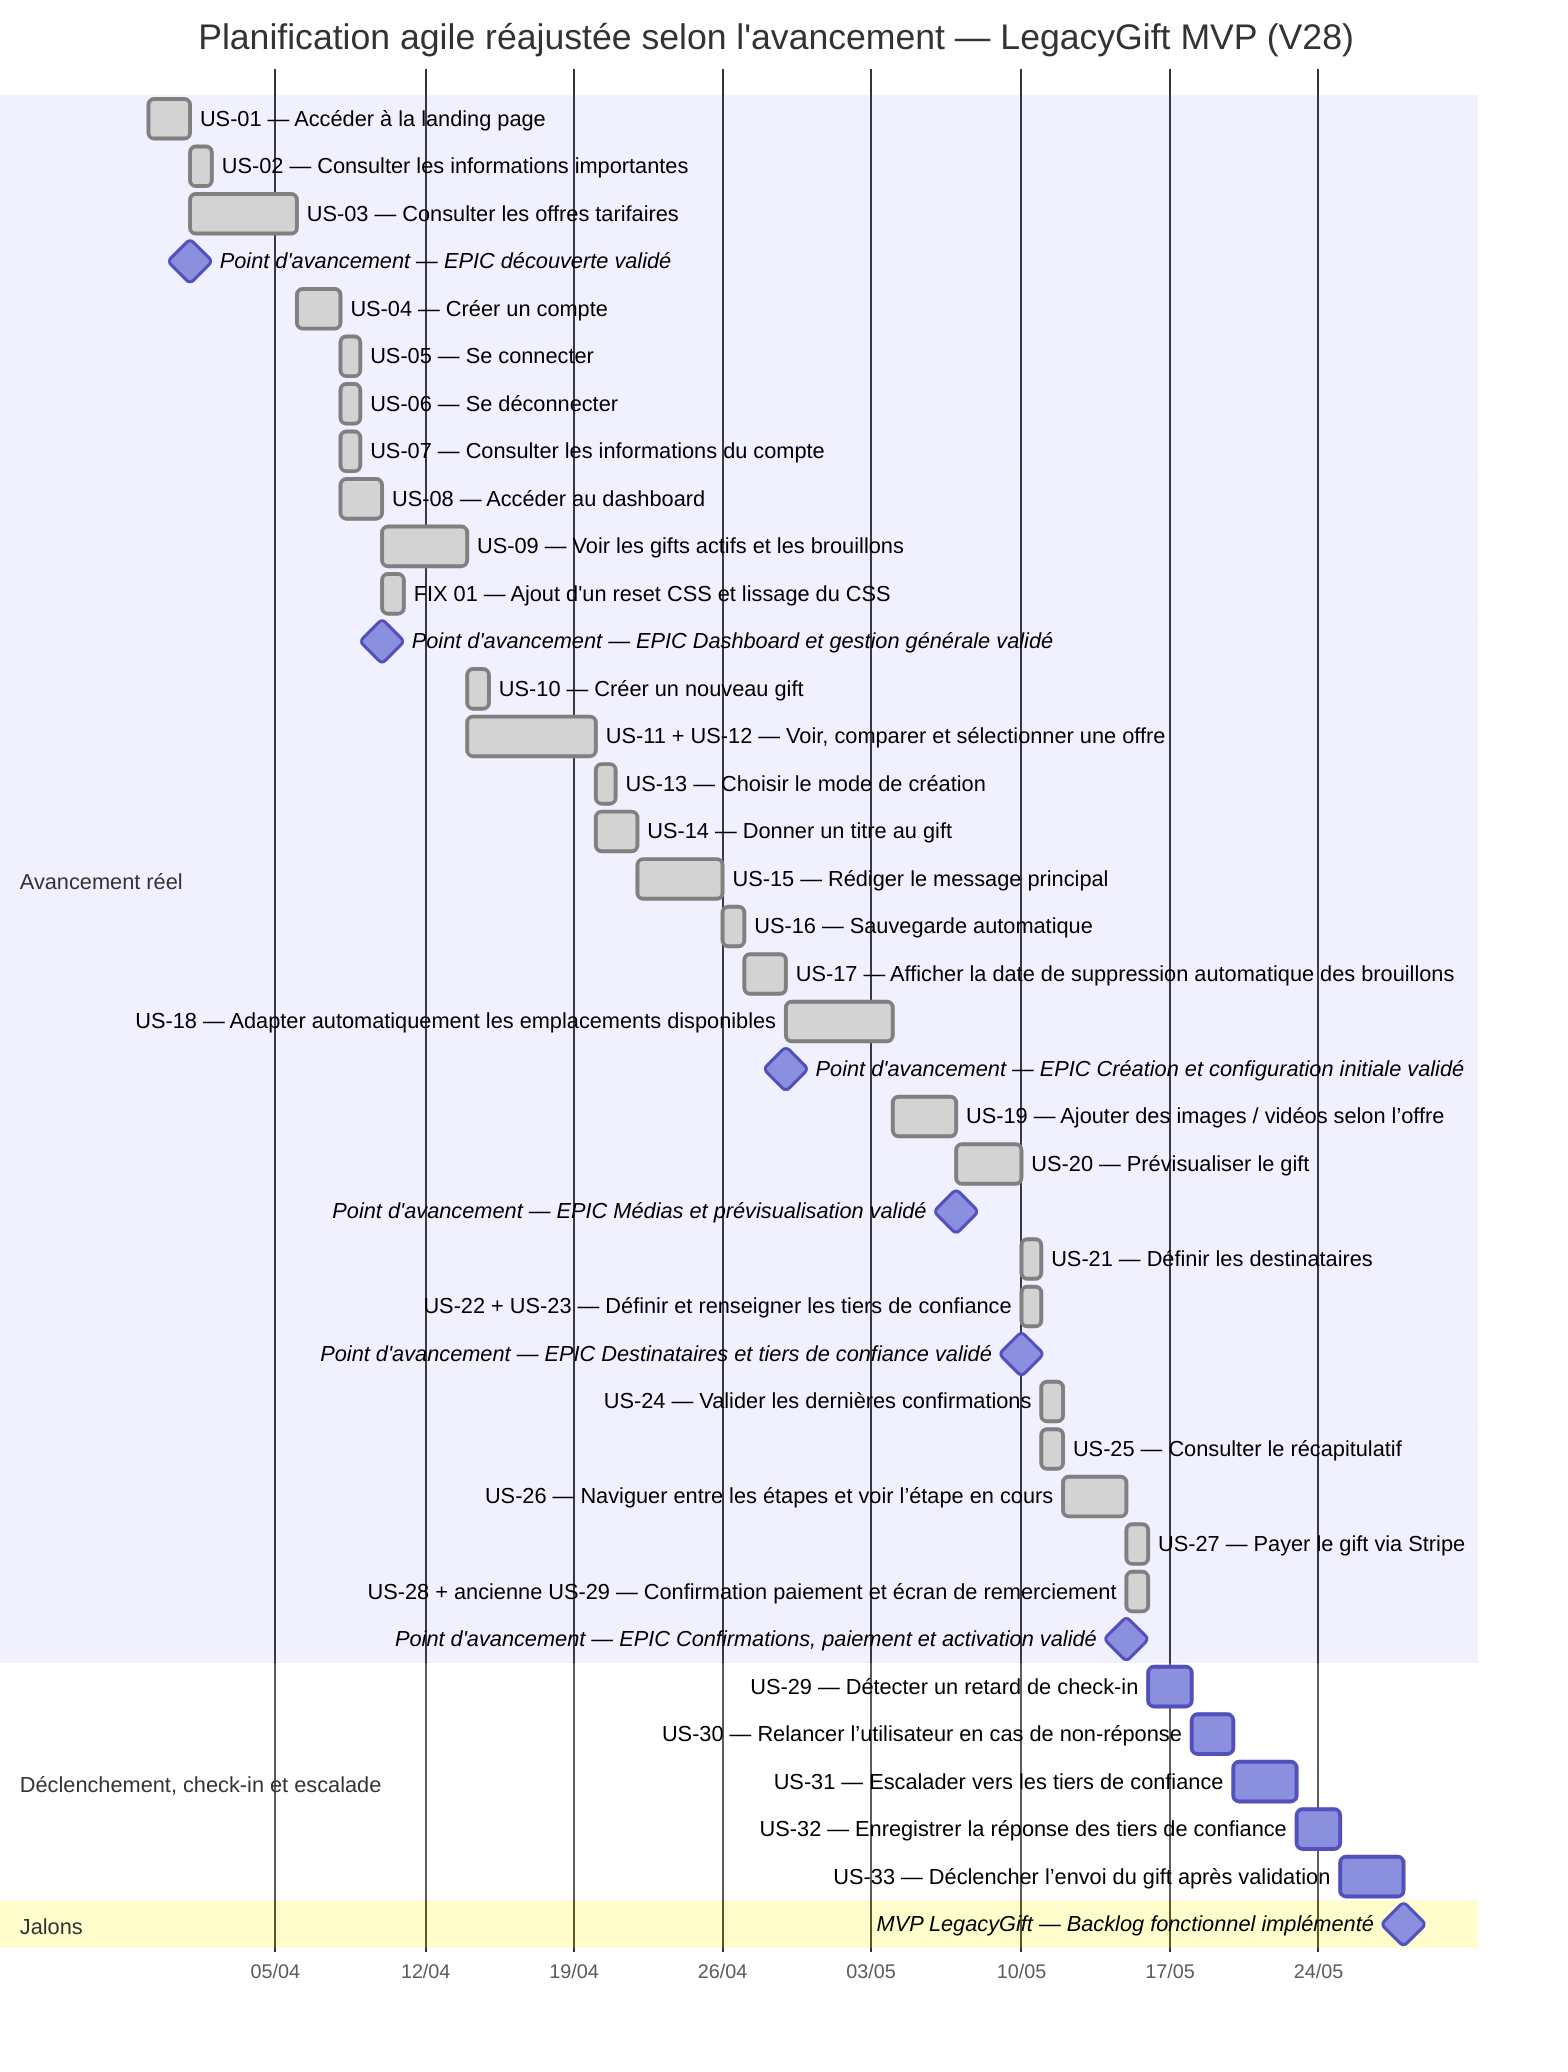
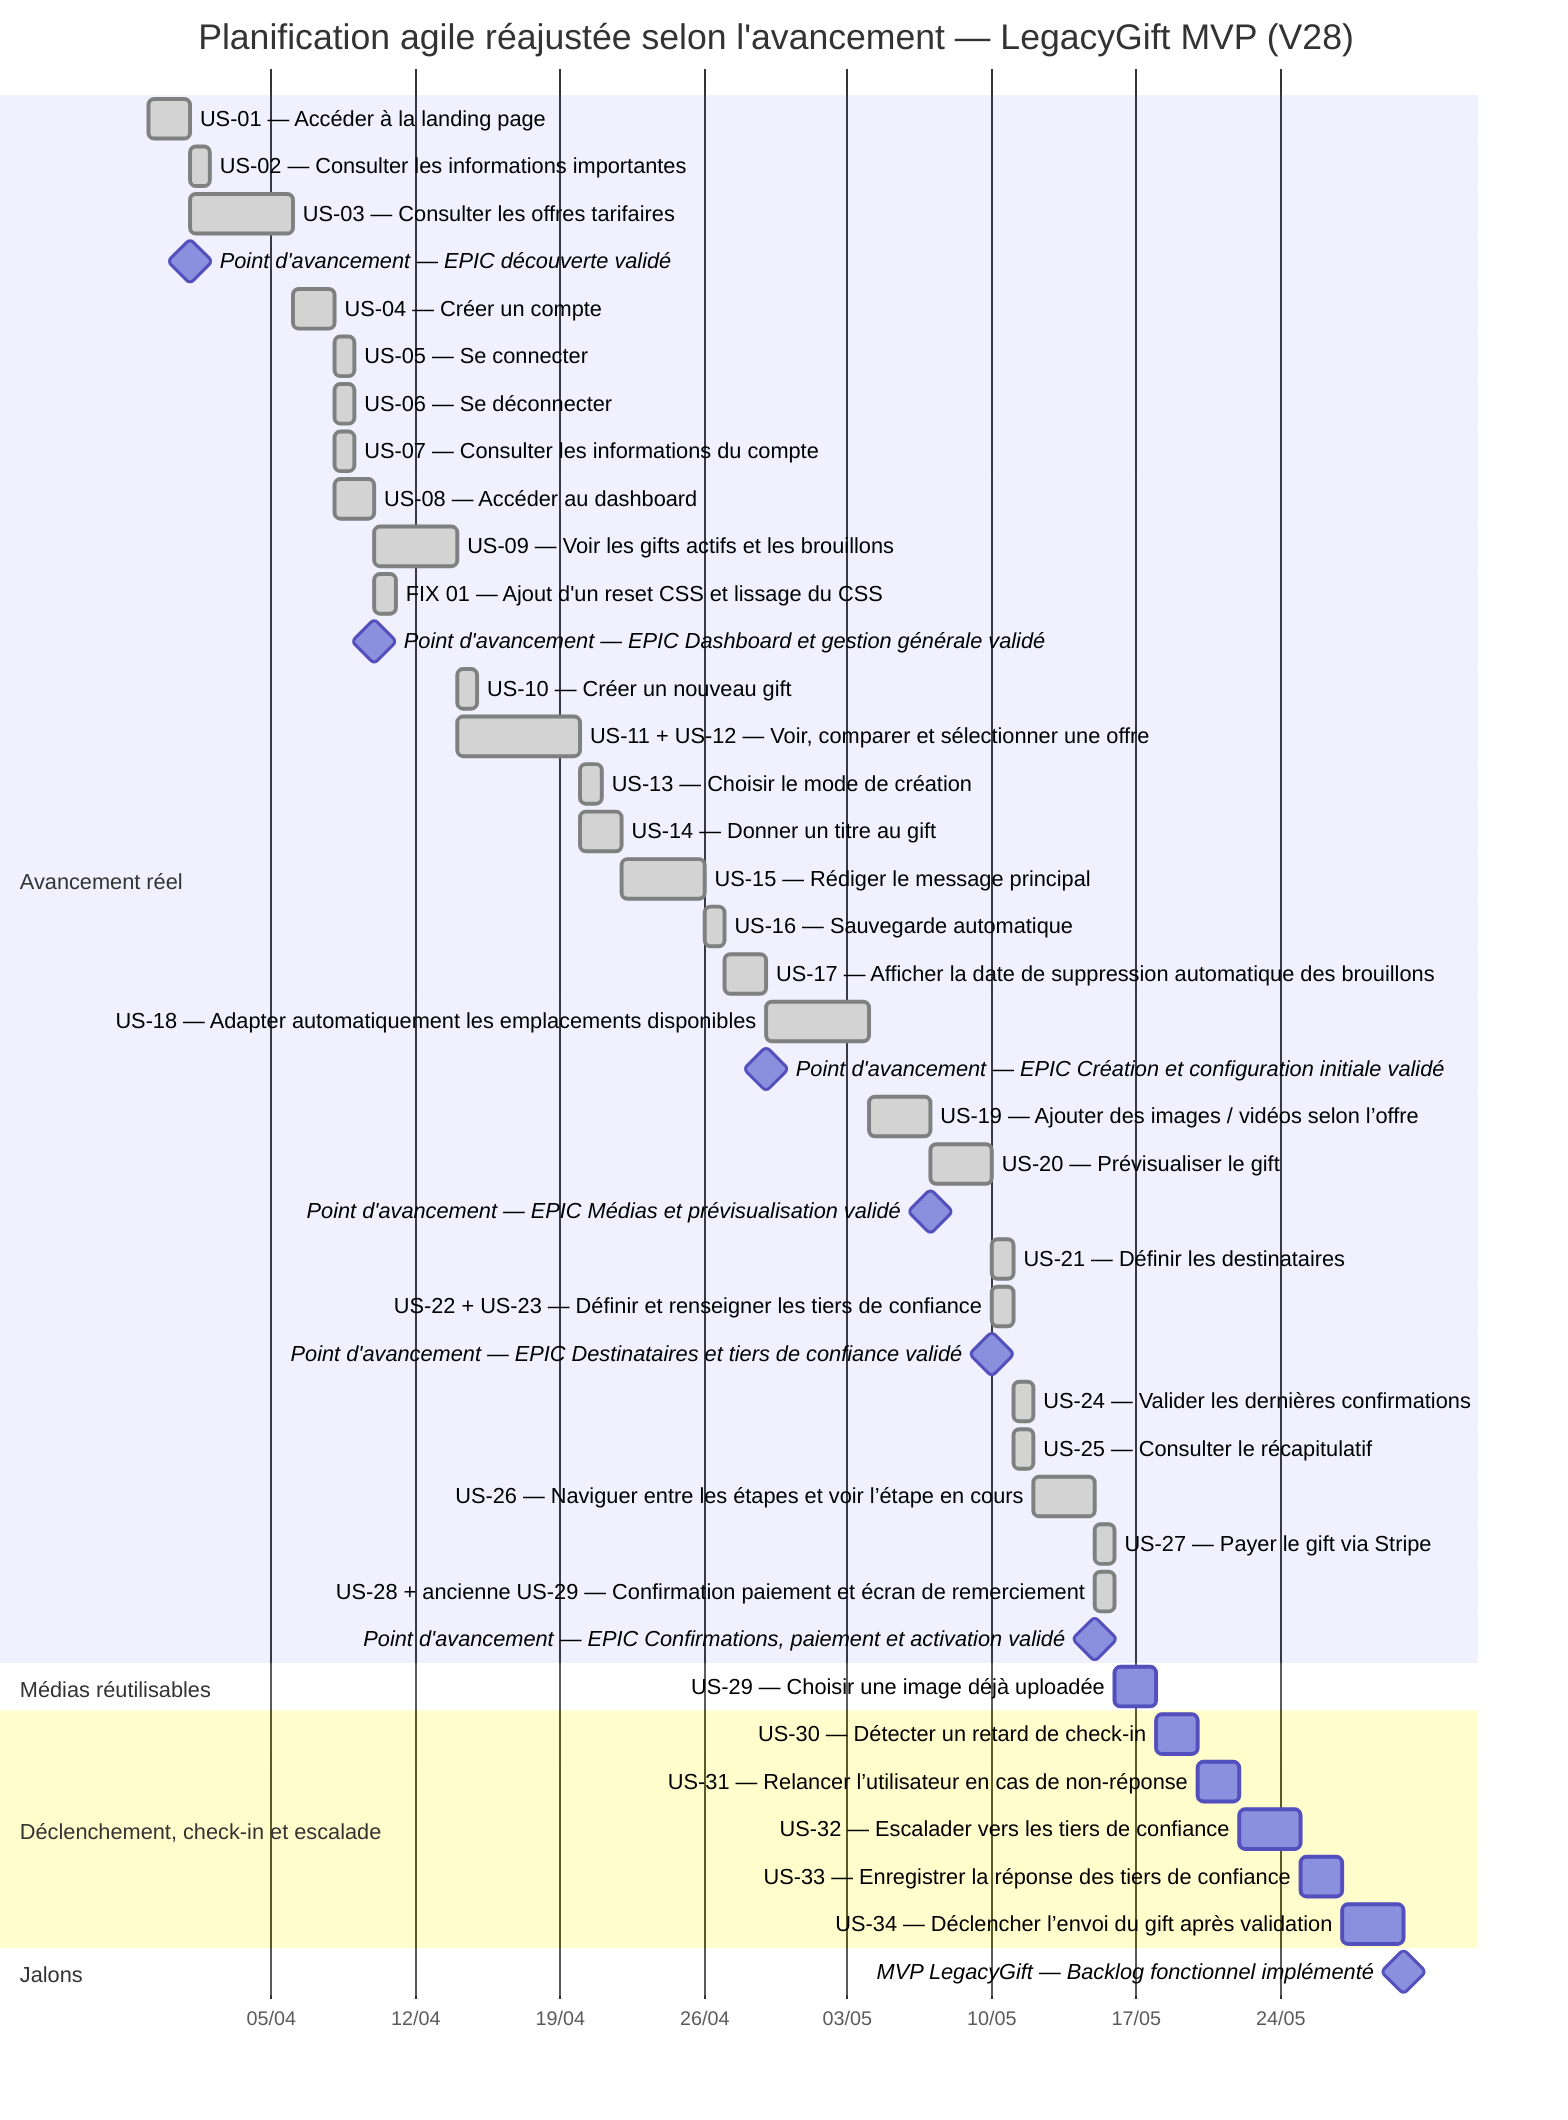
gantt
    title Planification agile réajustée selon l'avancement — LegacyGift MVP (V28)
    dateFormat  YYYY-MM-DD
    axisFormat  %d/%m
    todayMarker off

    %% Réalisé
    section Avancement réel
    US-01 — Accéder à la landing page                                  :done, us01, 2026-03-30, 2d
    US-02 — Consulter les informations importantes                     :done, us02, 2026-04-01, 1d
    US-03 — Consulter les offres tarifaires                            :done, us03, 2026-04-01, 5d
    Point d'avancement — EPIC découverte validé                        :milestone, m0, 2026-04-01, 0d
    US-04 — Créer un compte                                            :done, us04, 2026-04-06, 2d
    US-05 — Se connecter                                               :done, us05, 2026-04-08, 1d
    US-06 — Se déconnecter                                             :done, us06, 2026-04-08, 1d
    US-07 — Consulter les informations du compte                       :done, us07, 2026-04-08, 1d
    US-08 — Accéder au dashboard                                       :done, us08, 2026-04-08, 2d
    US-09 — Voir les gifts actifs et les brouillons                    :done, us09, 2026-04-10, 4d
    FIX 01 — Ajout d'un reset CSS et lissage du CSS                    :done, fix01, 2026-04-10, 1d
    Point d'avancement — EPIC Dashboard et gestion générale validé     :milestone, m1, 2026-04-10, 0d
    US-10 — Créer un nouveau gift                                      :done, us10, 2026-04-14, 1d
    US-11 + US-12 — Voir, comparer et sélectionner une offre           :done, us11_12, 2026-04-14, 6d
    US-13 — Choisir le mode de création                                :done, us13, 2026-04-20, 1d
    US-14 — Donner un titre au gift                                    :done, us14, 2026-04-20, 2d
    US-15 — Rédiger le message principal                               :done, us15, 2026-04-22, 4d
    US-16 — Sauvegarde automatique                                     :done, us16, 2026-04-26, 1d
    US-17 — Afficher la date de suppression automatique des brouillons :done, us17, 2026-04-27, 2d
    US-18 — Adapter automatiquement les emplacements disponibles       :done, us18, 2026-04-29, 5d
    Point d'avancement — EPIC Création et configuration initiale validé:milestone, m2, 2026-04-29, 0d
    US-19 — Ajouter des images / vidéos selon l’offre                  :done, us19, 2026-05-04, 3d
    US-20 — Prévisualiser le gift                                      :done, us20, 2026-05-07, 3d
    Point d'avancement — EPIC Médias et prévisualisation validé        :milestone, m3, 2026-05-07, 0d
    US-21 — Définir les destinataires                                  :done, us21, 2026-05-10, 1d
    US-22 + US-23 — Définir et renseigner les tiers de confiance       :done, us22_23, 2026-05-10, 1d
    Point d'avancement — EPIC Destinataires et tiers de confiance validé:milestone, m4, 2026-05-10, 0d
    US-24 — Valider les dernières confirmations                        :done, us24, 2026-05-11, 1d
    US-25 — Consulter le récapitulatif                                 :done, us25, 2026-05-11, 1d
    US-26 — Naviguer entre les étapes et voir l’étape en cours         :done, us26, 2026-05-12, 3d
-     US-27 — Payer le gift via Stripe                                  :done, us27, 2026-05-15, 1d
+     US-27 — Payer le gift via Stripe                                   :done, us27, 2026-05-15, 1d
    US-28 + ancienne US-29 — Confirmation paiement et écran de remerciement:done, us28_29, 2026-05-15, 1d
    Point d'avancement — EPIC Confirmations, paiement et activation validé:milestone, m5, 2026-05-15, 0d

    %% Prévisionnel indicatif :
    %% Le planning est ajusté selon le temps disponible à consacrer au projet.
    %% Le projet est réalisé seul, donc certaines US couvrent aussi les périodes
    %% où aucun développement n'a été fait.
    %% Les durées restent des repères de suivi, pas des engagements calendaires fixes.
    %%
    %% Estimation de charge utilisée :
    %% SP 1 = petite tâche
    %% SP 2 = tâche courte
    %% SP 3 = tâche moyenne
    %% SP 5 = tâche plus lourde
    %%
    %% Note de suivi :
    %% US-12 est fusionnée dans US-11 car les possibilités incluses
    %% sont affichées et sélectionnées sur le même écran que les offres.
    %% Les anciennes US-18 et US-19 sont fusionnées : la navigation entre étapes
    %% inclut l'affichage de l'étape en cours et de la progression.
    %% US-22 et US-23 sont fusionnées : la page tiers de confiance permet déjà
    %% d'ajouter les tiers, de renseigner leurs informations obligatoires
    %% et de les enregistrer dans le gift.
    %% L'ancienne US-27 "Choisir un mode de paiement" est supprimée :
    %% Stripe est le seul moyen de paiement prévu en version développement,
    %% donc il n'y a pas de choix utilisateur à modéliser.
    %% US-27 est validée avec Stripe Checkout en mode test/sandbox.
    %% La date de paiement est enregistrée dans le gift via paidAt.
    %% US-28 et l'ancienne US-29 sont fusionnées : la preuve de transaction,
    %% le téléchargement PDF et l'écran de remerciement sont traités ensemble
    %% après validation du paiement Stripe.
    %% L'EPIC Confirmations, paiement et activation est terminé avec cette fusion.
    %% Les US d'édition après activation sont supprimées du périmètre CDA :
    %% - modification gratuite pendant 30 jours après activation ;
    %% - réouverture de l'édition via paiement.
    %% Motif : ces fonctionnalités ajoutent un second cycle d'édition/paiement
    %% sans valeur technique prioritaire pour le MVP présenté au jury.
    %% Le périmètre reste centré sur la création, l'activation, le suivi
    %% et le déclenchement du gift.
    %% Les US prévisionnelles sont renumérotées après cette suppression.
+     %% US-29 ajoute la relation many-to-many entre gifts et médias uploadés :
+     %% une image déjà importée peut être sélectionnée dans un nouveau gift
+     %% sans nouvel upload, tout en respectant les limites de l'offre.
+ 
+     section Médias réutilisables
+     US-29 — Choisir une image déjà uploadée                          :us29, after us28_29, 2d

    section Déclenchement, check-in et escalade
-     US-29 — Détecter un retard de check-in                           :us29, after us28_29, 2d
-     US-30 — Relancer l’utilisateur en cas de non-réponse             :us30, after us29, 2d
-     US-31 — Escalader vers les tiers de confiance                    :us31, after us30, 3d
-     US-32 — Enregistrer la réponse des tiers de confiance            :us32, after us31, 2d
-     US-33 — Déclencher l’envoi du gift après validation              :us33, after us32, 3d
+     US-30 — Détecter un retard de check-in                           :us30, after us29, 2d
+     US-31 — Relancer l’utilisateur en cas de non-réponse             :us31, after us30, 2d
+     US-32 — Escalader vers les tiers de confiance                    :us32, after us31, 3d
+     US-33 — Enregistrer la réponse des tiers de confiance            :us33, after us32, 2d
+     US-34 — Déclencher l’envoi du gift après validation              :us34, after us33, 3d

    section Jalons
-     MVP LegacyGift — Backlog fonctionnel implémenté                    :milestone, m6, after us33, 0d
+     MVP LegacyGift — Backlog fonctionnel implémenté                    :milestone, m6, after us34, 0d
